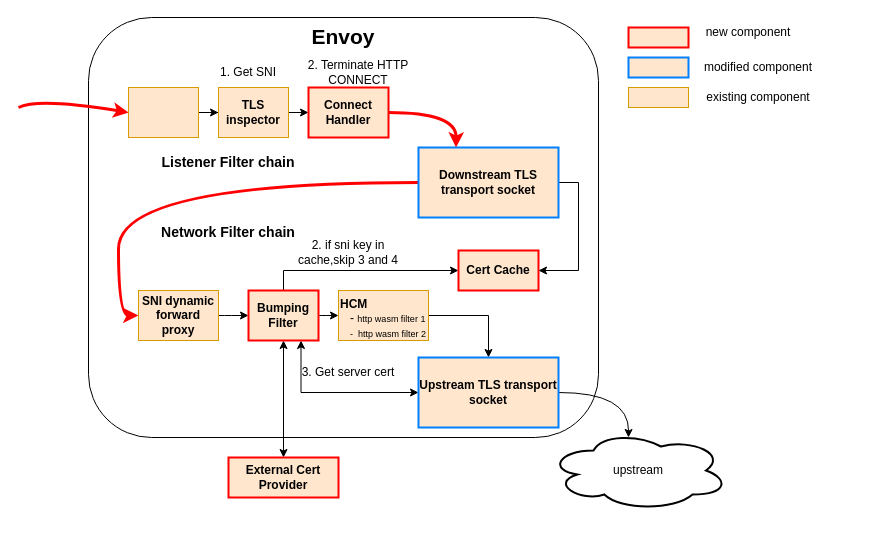
This is lifeof_bumping_request_expect.drawio from LuyaoZhong/Figures, a draw.io file, before an edit. Source tidied: cells renumbered, new cells numbered last; positions are measured from the earlier drawing's top-left corner, leaving out a move shared by most shapes. Both pictures are drawn from the tidied source at 100%, with x=0, y=0 at pixel (18, 17).
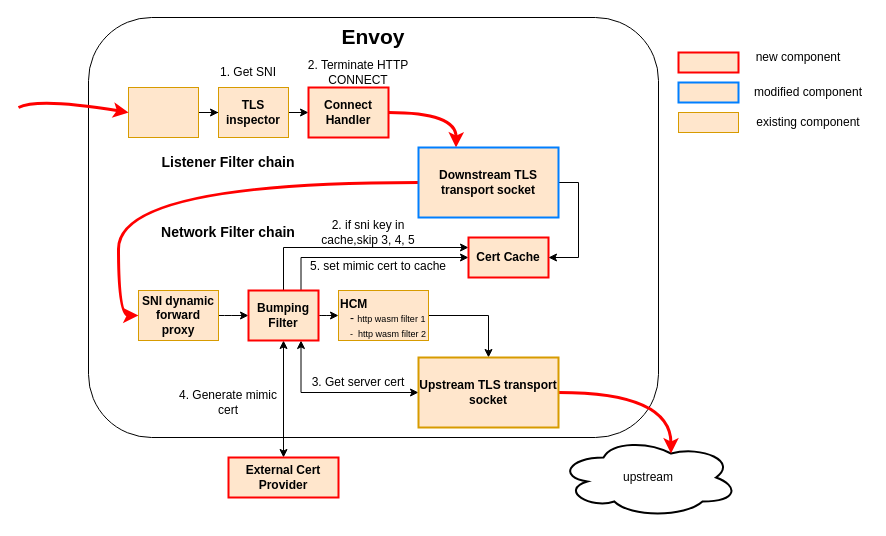
The same diagram, later.

The change refers to these unchanged cells:
```xml
<mxCell id="17" value="Bumping Filter" style="rounded=0;whiteSpace=wrap;html=1;strokeColor=#FF0000;fillColor=#ffe6cc;strokeWidth=2;fontStyle=1;" parent="1" vertex="1">
  <mxGeometry x="230" y="273" width="70" height="50" as="geometry" />
</mxCell>
```

Diff of the diagram source:
```diff
@@
     <mxCell id="2" value="&lt;font style=&quot;font-size: 21px&quot;&gt;&lt;b&gt;Envoy&lt;/b&gt;&lt;/font&gt;" style="rounded=1;whiteSpace=wrap;html=1;strokeColor=#000000;verticalAlign=top;" parent="1" vertex="1">
-      <mxGeometry x="70" width="510" height="420" as="geometry" />
+      <mxGeometry x="70" width="570" height="420" as="geometry" />
     </mxCell>
@@
-    <mxCell id="14" style="edgeStyle=orthogonalEdgeStyle;rounded=0;jettySize=auto;html=1;exitX=0.5;exitY=0;exitDx=0;exitDy=0;entryX=0;entryY=0.5;entryDx=0;entryDy=0;" parent="1" edge="1" source="17" target="24">
-      <mxGeometry relative="1" as="geometry" />
+    <mxCell id="14" style="edgeStyle=orthogonalEdgeStyle;rounded=0;jettySize=auto;html=1;exitX=0.5;exitY=0;exitDx=0;exitDy=0;entryX=0;entryY=0.25;entryDx=0;entryDy=0;" parent="1" edge="1" source="17" target="24">
+      <mxGeometry relative="1" as="geometry">
+        <Array as="points">
+          <mxPoint x="265" y="230" />
+        </Array>
+      </mxGeometry>
     </mxCell>
@@
+    <mxCell id="39" style="edgeStyle=orthogonalEdgeStyle;rounded=0;jettySize=auto;html=1;exitX=0.75;exitY=0;exitDx=0;exitDy=0;entryX=0;entryY=0.5;entryDx=0;entryDy=0;startArrow=none;startFill=0;strokeColor=#000000;strokeWidth=1;" parent="1" edge="1" source="17" target="24">
+      <mxGeometry relative="1" as="geometry">
+        <Array as="points">
+          <mxPoint x="283" y="240" />
+        </Array>
+      </mxGeometry>
+    </mxCell>
@@
     <mxCell id="24" value="&lt;b&gt;Cert Cache&lt;/b&gt;" style="rounded=0;whiteSpace=wrap;html=1;fillColor=#ffe6cc;strokeColor=#FF0000;strokeWidth=2;" parent="1" vertex="1">
-      <mxGeometry x="440" y="233" width="80" height="40" as="geometry" />
+      <mxGeometry x="450" y="220" width="80" height="40" as="geometry" />
     </mxCell>
@@
     <mxCell id="26" style="rounded=0;whiteSpace=wrap;html=1;fillColor=#ffe6cc;strokeColor=#FF0000;strokeWidth=2;" parent="1" vertex="1">
-      <mxGeometry x="610" y="10" width="60" height="20" as="geometry" />
+      <mxGeometry x="660" y="35" width="60" height="20" as="geometry" />
     </mxCell>
     <mxCell id="27" value="new component" style="text;html=1;strokeColor=none;fillColor=none;align=center;verticalAlign=middle;whiteSpace=wrap;rounded=0;" parent="1" vertex="1">
-      <mxGeometry x="680" width="100" height="30" as="geometry" />
+      <mxGeometry x="730" y="25" width="100" height="30" as="geometry" />
     </mxCell>
@@
     <mxCell id="30" style="rounded=0;whiteSpace=wrap;html=1;strokeColor=#007FFF;strokeWidth=2;fillColor=#ffe6cc;" parent="1" vertex="1">
-      <mxGeometry x="610" y="40" width="60" height="20" as="geometry" />
+      <mxGeometry x="660" y="65" width="60" height="20" as="geometry" />
     </mxCell>
     <mxCell id="31" value="modified component" style="text;html=1;strokeColor=none;fillColor=none;align=center;verticalAlign=middle;whiteSpace=wrap;rounded=0;" parent="1" vertex="1">
-      <mxGeometry x="680" y="35" width="120" height="30" as="geometry" />
+      <mxGeometry x="730" y="60" width="120" height="30" as="geometry" />
     </mxCell>
     <mxCell id="32" style="rounded=0;whiteSpace=wrap;html=1;strokeColor=#d79b00;fillColor=#ffe6cc;" parent="1" vertex="1">
-      <mxGeometry x="610" y="70" width="60" height="20" as="geometry" />
+      <mxGeometry x="660" y="95" width="60" height="20" as="geometry" />
     </mxCell>
     <mxCell id="33" value="existing component" style="text;html=1;strokeColor=none;fillColor=none;align=center;verticalAlign=middle;whiteSpace=wrap;rounded=0;" parent="1" vertex="1">
-      <mxGeometry x="680" y="65" width="120" height="30" as="geometry" />
+      <mxGeometry x="730" y="90" width="120" height="30" as="geometry" />
     </mxCell>
     <mxCell id="34" value="upstream" style="ellipse;shape=cloud;whiteSpace=wrap;html=1;strokeColor=#000000;strokeWidth=2;" parent="1" vertex="1">
-      <mxGeometry x="530" y="413" width="180" height="80" as="geometry" />
+      <mxGeometry x="540" y="420" width="180" height="80" as="geometry" />
     </mxCell>
-    <mxCell id="35" style="edgeStyle=orthogonalEdgeStyle;curved=1;rounded=0;jettySize=auto;html=1;exitX=1;exitY=0.5;exitDx=0;exitDy=0;" parent="1" edge="1" source="36">
-      <mxGeometry relative="1" as="geometry">
-        <mxPoint x="610" y="420" as="targetPoint" />
-      </mxGeometry>
+    <mxCell id="35" style="edgeStyle=orthogonalEdgeStyle;curved=1;rounded=0;jettySize=auto;html=1;exitX=1;exitY=0.5;exitDx=0;exitDy=0;entryX=0.625;entryY=0.2;entryDx=0;entryDy=0;entryPerimeter=0;strokeColor=#FF0000;strokeWidth=3;" parent="1" edge="1" source="36" target="34">
+      <mxGeometry relative="1" as="geometry" />
     </mxCell>
-    <mxCell id="36" value="&lt;b style=&quot;&quot;&gt;Upstream TLS transport socket&lt;/b&gt;" style="rounded=0;whiteSpace=wrap;html=1;strokeColor=#007FFF;strokeWidth=2;fillColor=#ffe6cc;" parent="1" vertex="1">
+    <mxCell id="36" value="&lt;b style=&quot;&quot;&gt;Upstream TLS transport socket&lt;/b&gt;" style="rounded=0;whiteSpace=wrap;html=1;strokeColor=#d79b00;strokeWidth=2;fillColor=#ffe6cc;" parent="1" vertex="1">
       <mxGeometry x="400" y="340" width="140" height="70" as="geometry" />
     </mxCell>
-    <mxCell id="37" value="2. if sni key in cache,skip 3 and 4" style="text;html=1;strokeColor=none;fillColor=none;align=center;verticalAlign=middle;whiteSpace=wrap;rounded=0;" parent="1" vertex="1">
-      <mxGeometry x="270" y="220" width="120" height="30" as="geometry" />
+    <mxCell id="37" value="2. if sni key in cache,skip 3, 4, 5" style="text;html=1;strokeColor=none;fillColor=none;align=center;verticalAlign=middle;whiteSpace=wrap;rounded=0;" parent="1" vertex="1">
+      <mxGeometry x="290" y="200" width="120" height="30" as="geometry" />
     </mxCell>
     <mxCell id="38" value="3. Get server cert" style="text;html=1;strokeColor=none;fillColor=none;align=center;verticalAlign=middle;whiteSpace=wrap;rounded=0;" parent="1" vertex="1">
-      <mxGeometry x="270" y="340" width="120" height="30" as="geometry" />
+      <mxGeometry x="280" y="350" width="120" height="30" as="geometry" />
     </mxCell>
+    <mxCell id="40" value="4. Generate mimic &lt;br&gt;cert" style="text;html=1;strokeColor=none;fillColor=none;align=center;verticalAlign=middle;whiteSpace=wrap;rounded=0;" parent="1" vertex="1">
+      <mxGeometry x="150" y="370" width="120" height="30" as="geometry" />
+    </mxCell>
+    <mxCell id="41" value="5. set mimic cert to cache" style="text;html=1;strokeColor=none;fillColor=none;align=center;verticalAlign=middle;whiteSpace=wrap;rounded=0;" parent="1" vertex="1">
+      <mxGeometry x="290" y="234" width="140" height="30" as="geometry" />
+    </mxCell>
```
